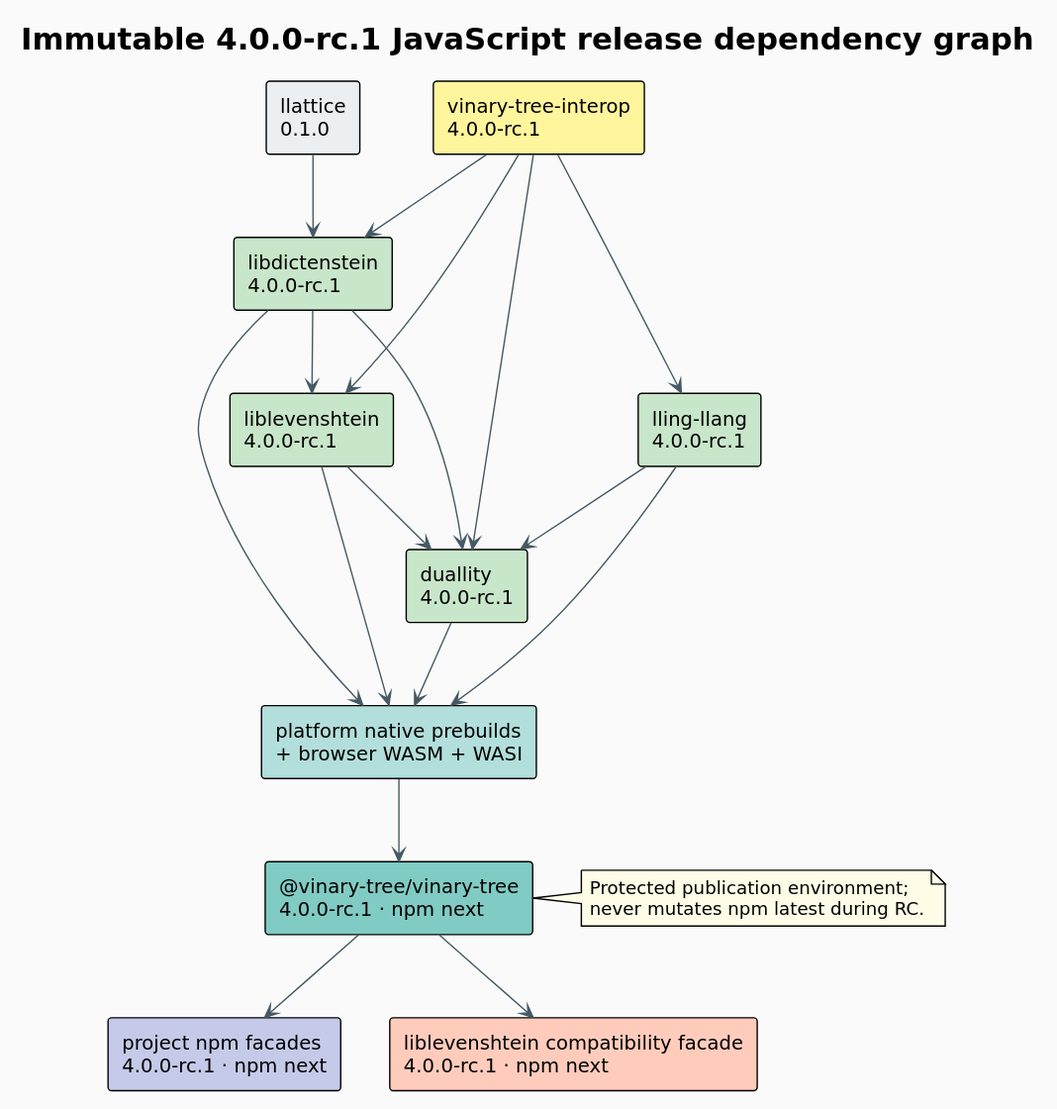
vinary-tree/javascript-runtime keeps this PlantUML diagram as docs/diagrams/release-dependency-graph.svg. Above is the earlier version. Its diagram source:
```plantuml
@startuml
!theme plain
skinparam backgroundColor #FAFAFA
skinparam shadowing false
skinparam ArrowColor #455A64
skinparam defaultFontName DejaVu Sans
title Immutable 4.0.0-rc.1 JavaScript release dependency graph

rectangle "llattice\n0.1.0" as lattice #ECEFF1
rectangle "vinary-tree-interop\n4.0.0-rc.1" as interop #FFF59D
rectangle "libdictenstein\n4.0.0-rc.1" as dict #C8E6C9
rectangle "liblevenshtein\n4.0.0-rc.1" as lev #C8E6C9
rectangle "lling-llang\n4.0.0-rc.1" as lling #C8E6C9
rectangle "duallity\n4.0.0-rc.1" as dual #C8E6C9
rectangle "platform native prebuilds\n+ browser WASM + WASI" as artifacts #B2DFDB
rectangle "@vinary-tree/vinary-tree\n4.0.0-rc.1 · npm next" as runtime #80CBC4
rectangle "project npm facades\n4.0.0-rc.1 · npm next" as facades #C5CAE9
rectangle "liblevenshtein compatibility facade\n4.0.0-rc.1 · npm next" as legacy #FFCCBC

lattice --> dict
interop --> dict
interop --> lev
interop --> lling
interop --> dual
dict --> lev
dict --> dual
lev --> dual
lling --> dual
dict --> artifacts
lev --> artifacts
lling --> artifacts
dual --> artifacts
artifacts --> runtime
runtime --> facades
runtime --> legacy

note right of runtime #FFFDE7
  Protected publication environment;
  never mutates npm latest during RC.
end note
@enduml
```
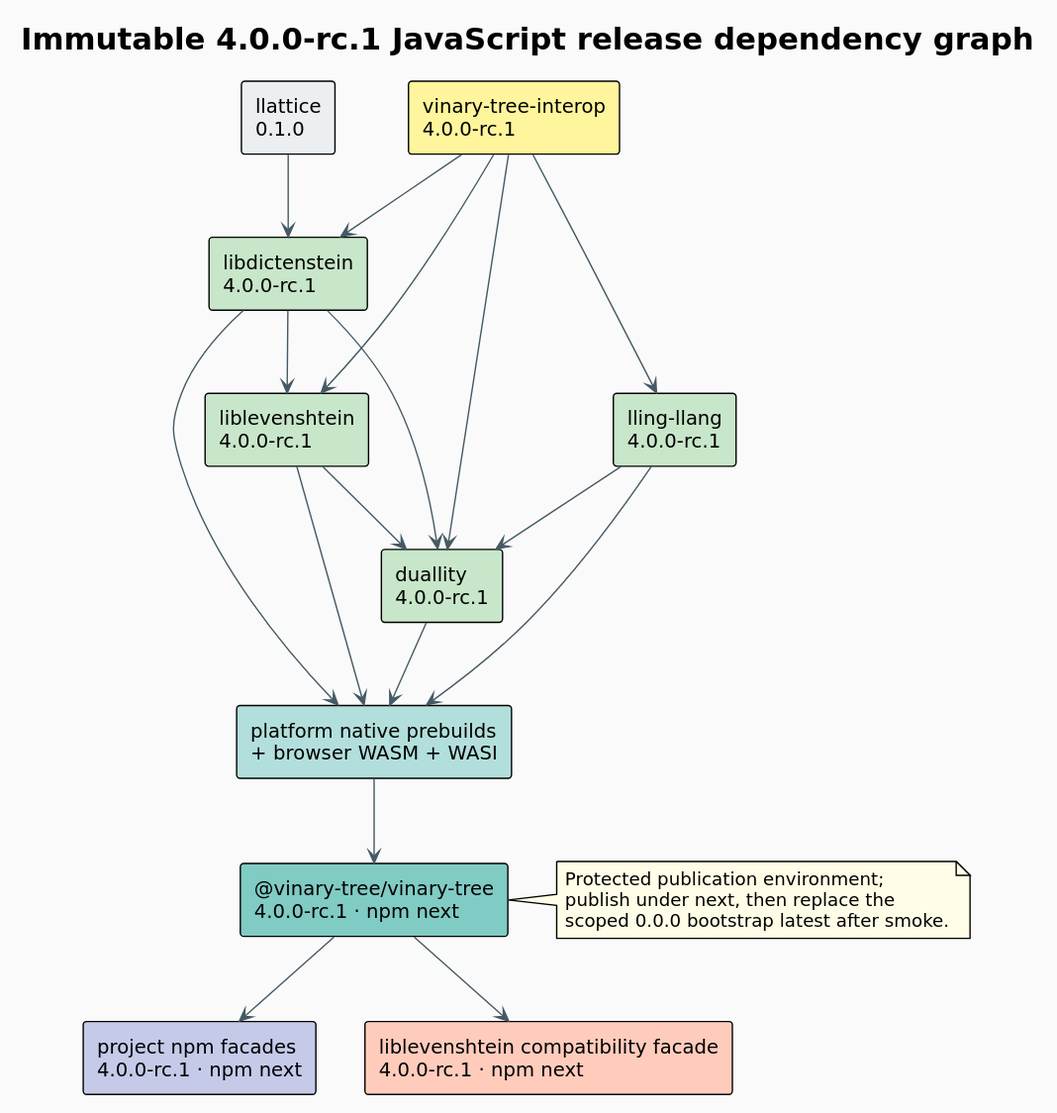
Above is the later version.

Commit message:
fix(release): assemble the JavaScript runtime from the actual RC sources

Diff of the diagram source:
```diff
@@ -36,6 +36,7 @@
 
 note right of runtime #FFFDE7
   Protected publication environment;
-  never mutates npm latest during RC.
+  publish under next, then replace the
+  scoped 0.0.0 bootstrap latest after smoke.
 end note
 @enduml
```
